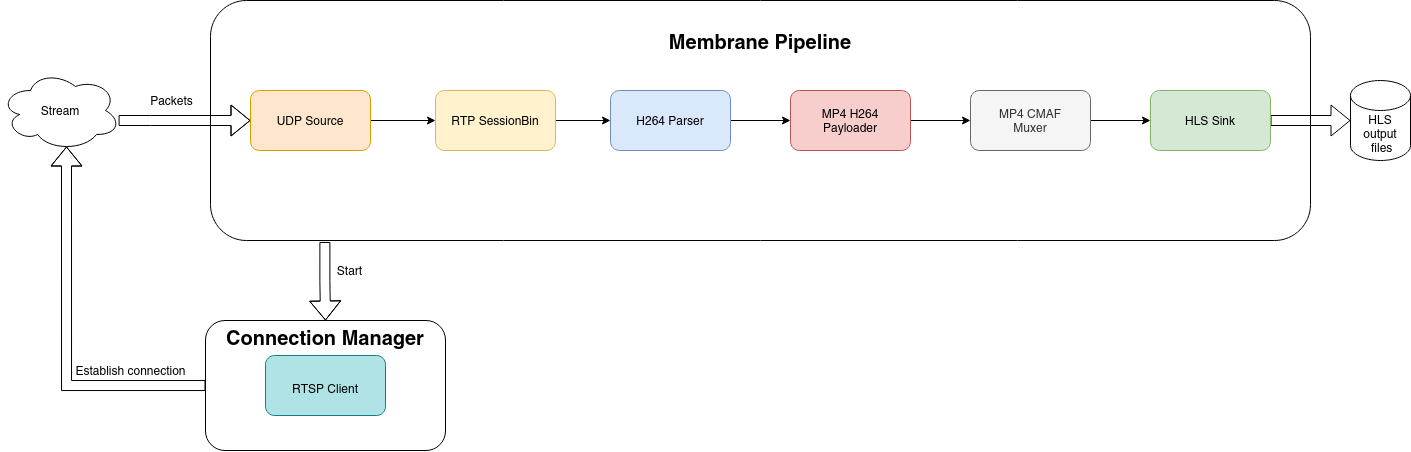
This is rtsp_to_hls/doc_assets/RTSP_to_HLS_pipeline.png from membraneframework/membrane_demo, a draw.io export, as it was before one commit. Source tidied: cells renumbered, new cells last; positions are measured from the earlier drawing's top-left corner, leaving out a move shared by most shapes.
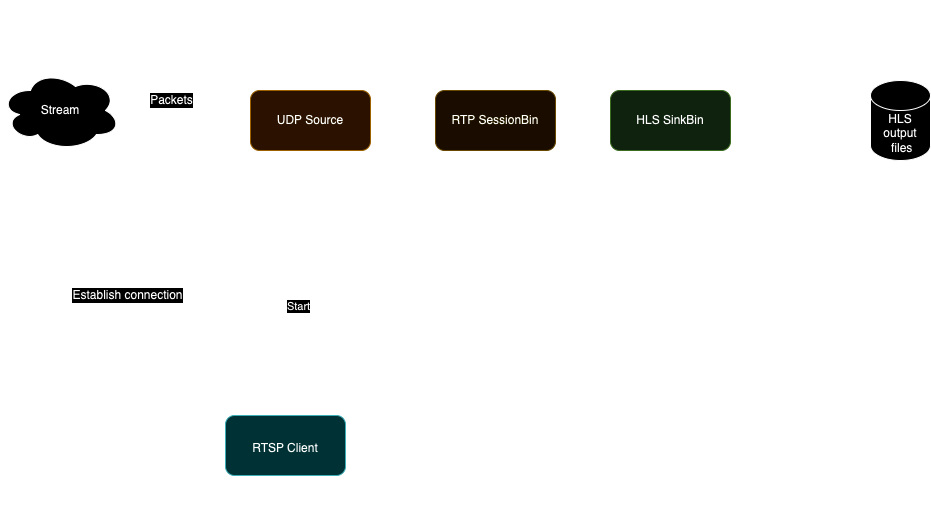
After the change.

What changed in the source:
```diff
@@ -2,16 +2,8 @@
   <root>
     <mxCell id="0" />
     <mxCell id="1" parent="0" />
-    <mxCell id="2" style="edgeStyle=orthogonalEdgeStyle;shape=flexArrow;rounded=0;jettySize=auto;html=1;fontSize=12;exitX=0.104;exitY=1.006;exitDx=0;exitDy=0;exitPerimeter=0;" parent="1" edge="1" source="4" target="23">
-      <mxGeometry relative="1" as="geometry" />
-    </mxCell>
-    <mxCell id="3" value="&lt;div&gt;Start&lt;/div&gt;" style="edgeLabel;html=1;align=center;verticalAlign=middle;fontSize=12;" parent="2" vertex="1">
-      <mxGeometry x="-0.29" y="1" relative="1" as="geometry">
-        <mxPoint x="23" as="offset" />
-      </mxGeometry>
-    </mxCell>
     <mxCell id="4" value="&lt;div style=&quot;font-size: 20px;&quot;&gt;&lt;b&gt;Membrane Pipeline&lt;/b&gt;&lt;/div&gt;&lt;div&gt;&lt;b&gt;&lt;br&gt;&lt;/b&gt;&lt;/div&gt;&lt;div&gt;&lt;b&gt;&lt;br&gt;&lt;/b&gt;&lt;/div&gt;&lt;div&gt;&lt;b&gt;&lt;br&gt;&lt;/b&gt;&lt;/div&gt;&lt;div&gt;&lt;b&gt;&lt;br&gt;&lt;/b&gt;&lt;/div&gt;&lt;div&gt;&lt;b&gt;&lt;br&gt;&lt;/b&gt;&lt;/div&gt;&lt;div&gt;&lt;b&gt;&lt;br&gt;&lt;/b&gt;&lt;/div&gt;&lt;div&gt;&lt;b&gt;&lt;br&gt;&lt;/b&gt;&lt;/div&gt;&lt;div&gt;&lt;b&gt;&lt;br&gt;&lt;/b&gt;&lt;/div&gt;&lt;div&gt;&lt;b&gt;&lt;br&gt;&lt;/b&gt;&lt;/div&gt;&lt;div&gt;&lt;b&gt;&lt;br&gt;&lt;/b&gt;&lt;/div&gt;&lt;div&gt;&lt;b&gt;&lt;br&gt;&lt;/b&gt;&lt;/div&gt;" style="rounded=1;whiteSpace=wrap;html=1;fillColor=none;" parent="1" vertex="1">
-      <mxGeometry x="210" width="1100" height="240" as="geometry" />
+      <mxGeometry x="210" width="580" height="240" as="geometry" />
     </mxCell>
     <mxCell id="5" style="edgeStyle=orthogonalEdgeStyle;shape=flexArrow;rounded=0;jettySize=auto;html=1;" parent="1" edge="1" source="7" target="9">
       <mxGeometry relative="1" as="geometry">
@@ -35,41 +27,25 @@
     <mxCell id="9" value="&lt;div&gt;UDP Source&lt;/div&gt;" style="rounded=1;whiteSpace=wrap;html=1;fillColor=#ffe6cc;strokeColor=#d79b00;" parent="1" vertex="1">
       <mxGeometry x="250" y="90" width="120" height="60" as="geometry" />
     </mxCell>
-    <mxCell id="10" style="edgeStyle=orthogonalEdgeStyle;rounded=0;jettySize=auto;html=1;" parent="1" edge="1" source="11" target="13">
-      <mxGeometry relative="1" as="geometry" />
+    <mxCell id="10" style="edgeStyle=orthogonalEdgeStyle;rounded=0;jettySize=auto;html=1;" parent="1" edge="1" source="11">
+      <mxGeometry relative="1" as="geometry">
+        <mxPoint x="610" y="120" as="targetPoint" />
+      </mxGeometry>
     </mxCell>
     <mxCell id="11" value="RTP SessionBin" style="rounded=1;whiteSpace=wrap;html=1;fillColor=#fff2cc;strokeColor=#d6b656;" parent="1" vertex="1">
       <mxGeometry x="435" y="90" width="120" height="60" as="geometry" />
     </mxCell>
-    <mxCell id="12" style="edgeStyle=orthogonalEdgeStyle;rounded=0;jettySize=auto;html=1;" parent="1" edge="1" source="13" target="15">
-      <mxGeometry relative="1" as="geometry" />
-    </mxCell>
-    <mxCell id="13" value="H264 Parser" style="rounded=1;whiteSpace=wrap;html=1;fillColor=#dae8fc;strokeColor=#6c8ebf;" parent="1" vertex="1">
-      <mxGeometry x="610" y="90" width="120" height="60" as="geometry" />
-    </mxCell>
-    <mxCell id="14" style="edgeStyle=orthogonalEdgeStyle;rounded=0;jettySize=auto;html=1;" parent="1" edge="1" source="15" target="17">
-      <mxGeometry relative="1" as="geometry" />
-    </mxCell>
-    <mxCell id="15" value="&lt;div&gt;MP4 H264&lt;br&gt;&lt;/div&gt;&lt;div&gt;Payloader&lt;/div&gt;" style="rounded=1;whiteSpace=wrap;html=1;fillColor=#f8cecc;strokeColor=#b85450;" parent="1" vertex="1">
-      <mxGeometry x="790" y="90" width="120" height="60" as="geometry" />
-    </mxCell>
-    <mxCell id="16" style="edgeStyle=orthogonalEdgeStyle;rounded=0;jettySize=auto;html=1;" parent="1" edge="1" source="17" target="19">
-      <mxGeometry relative="1" as="geometry" />
-    </mxCell>
-    <mxCell id="17" value="&lt;div&gt;MP4 CMAF&lt;br&gt;&lt;/div&gt;&lt;div&gt;Muxer&lt;/div&gt;" style="rounded=1;whiteSpace=wrap;html=1;fillColor=#f5f5f5;fontColor=#333333;strokeColor=#666666;" parent="1" vertex="1">
-      <mxGeometry x="970" y="90" width="120" height="60" as="geometry" />
-    </mxCell>
     <mxCell id="18" style="edgeStyle=orthogonalEdgeStyle;rounded=0;jettySize=auto;html=1;shape=flexArrow;" parent="1" edge="1" source="19" target="20">
       <mxGeometry relative="1" as="geometry" />
     </mxCell>
-    <mxCell id="19" value="HLS Sink" style="rounded=1;whiteSpace=wrap;html=1;fillColor=#d5e8d4;strokeColor=#82b366;" parent="1" vertex="1">
-      <mxGeometry x="1150" y="90" width="120" height="60" as="geometry" />
+    <mxCell id="19" value="HLS SinkBin" style="rounded=1;whiteSpace=wrap;html=1;fillColor=#d5e8d4;strokeColor=#82b366;" parent="1" vertex="1">
+      <mxGeometry x="610" y="90" width="120" height="60" as="geometry" />
     </mxCell>
     <mxCell id="20" value="&lt;div&gt;HLS output&lt;/div&gt;&lt;div&gt;&amp;nbsp;files&lt;br&gt;&lt;/div&gt;" style="shape=cylinder3;whiteSpace=wrap;html=1;boundedLbl=1;backgroundOutline=1;size=15;" parent="1" vertex="1">
-      <mxGeometry x="1350" y="80" width="60" height="80" as="geometry" />
+      <mxGeometry x="870" y="80" width="60" height="80" as="geometry" />
     </mxCell>
     <mxCell id="21" style="group;" parent="1" vertex="1">
-      <mxGeometry x="180" y="320" width="290" height="130" as="geometry" />
+      <mxGeometry x="140" y="380" width="290" height="130" as="geometry" />
     </mxCell>
     <mxCell id="22" value="&lt;div align=&quot;center&quot;&gt;&lt;font style=&quot;font-size: 12px;&quot;&gt;RTSP Client&lt;/font&gt;&lt;/div&gt;" style="rounded=1;whiteSpace=wrap;html=1;fontSize=20;fillColor=#b0e3e6;align=center;strokeColor=#0e8088;" parent="21" vertex="1">
       <mxGeometry x="85" y="35" width="120" height="60" as="geometry" />
@@ -82,8 +58,16 @@
     </mxCell>
     <mxCell id="25" value="&lt;div&gt;Establish connection&lt;/div&gt;" style="edgeLabel;html=1;align=center;verticalAlign=middle;fontSize=12;" parent="24" vertex="1">
       <mxGeometry x="-0.48" y="-2" relative="1" as="geometry">
-        <mxPoint x="22" y="-13" as="offset" />
+        <mxPoint x="59" y="-147" as="offset" />
       </mxGeometry>
     </mxCell>
+    <mxCell id="2" style="shape=flexArrow;endArrow=classic;html=1;rounded=0;exitX=0.102;exitY=1.018;exitDx=0;exitDy=0;exitPerimeter=0;" parent="1" edge="1" source="4" target="23">
+      <mxGeometry relative="1" as="geometry" />
+    </mxCell>
+    <mxCell id="3" value="Start" style="edgeLabel;html=1;align=center;verticalAlign=middle;" parent="2" vertex="1">
+      <mxGeometry x="-0.09" y="1" relative="1" as="geometry">
+        <mxPoint x="23" as="offset" />
+      </mxGeometry>
+    </mxCell>
   </root>
 </mxGraphModel>
```
